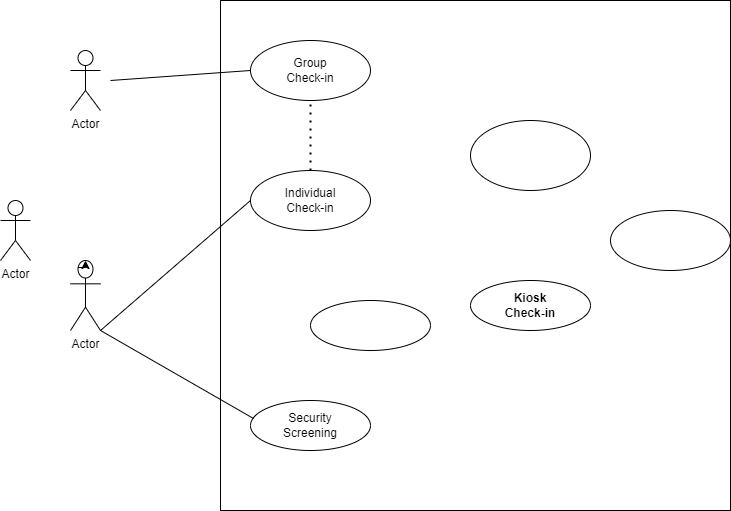
Earlier version of the draw.io export Business airport.drawio.png (stephenka00/hello-github-actions). Source tidied: cells renumbered, new cells last; positions are measured from the earlier drawing's top-left corner, leaving out a move shared by most shapes.
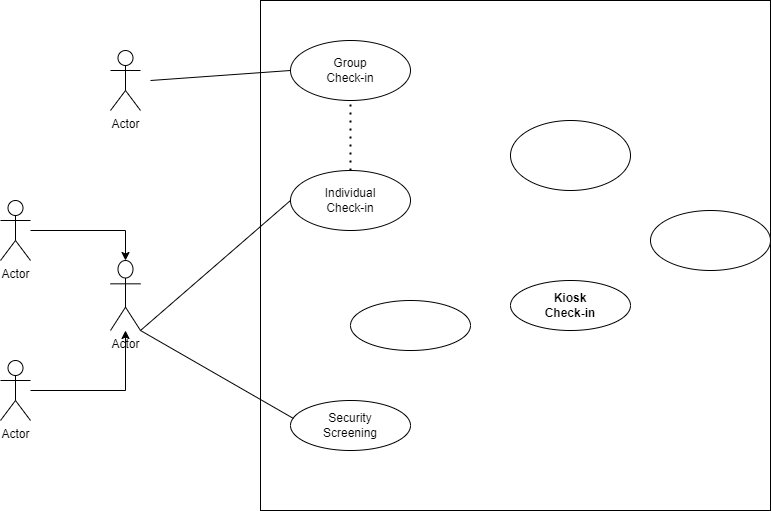
The same diagram one commit later.

Change to the diagram source:
```diff
@@ -5,12 +5,14 @@
     <mxCell id="2" style="edgeStyle=orthogonalEdgeStyle;rounded=0;orthogonalLoop=1;jettySize=auto;html=1;exitX=0.5;exitY=0.5;exitDx=0;exitDy=0;exitPerimeter=0;entryX=0.5;entryY=0.5;entryDx=0;entryDy=0;entryPerimeter=0;" parent="1" edge="1" source="3" target="3">
       <mxGeometry relative="1" as="geometry" />
     </mxCell>
+    <mxCell id="19" style="edgeStyle=orthogonalEdgeStyle;rounded=0;jettySize=auto;html=1;exitX=0.5;exitY=0;exitDx=0;exitDy=0;exitPerimeter=0;" parent="1" edge="1" source="3">
+      <mxGeometry relative="1" as="geometry">
+        <mxPoint x="85" y="260" as="targetPoint" />
+      </mxGeometry>
+    </mxCell>
     <mxCell id="3" value="Actor" style="shape=umlActor;verticalLabelPosition=bottom;verticalAlign=top;html=1;outlineConnect=0;" parent="1" vertex="1">
       <mxGeometry x="70" y="260" width="30" height="70" as="geometry" />
     </mxCell>
-    <mxCell id="4" style="edgeStyle=orthogonalEdgeStyle;rounded=0;orthogonalLoop=1;jettySize=auto;html=1;exitX=0.25;exitY=0.1;exitDx=0;exitDy=0;exitPerimeter=0;entryX=0.5;entryY=0;entryDx=0;entryDy=0;entryPerimeter=0;" parent="1" edge="1" source="3" target="3">
-      <mxGeometry relative="1" as="geometry" />
-    </mxCell>
     <mxCell id="5" value="Actor" style="shape=umlActor;verticalLabelPosition=bottom;verticalAlign=top;html=1;" parent="1" vertex="1">
       <mxGeometry x="70" y="50" width="30" height="60" as="geometry" />
     </mxCell>
@@ -46,8 +48,11 @@
         <mxPoint x="310" y="99.3" as="targetPoint" />
       </mxGeometry>
     </mxCell>
+    <mxCell id="20" style="edgeStyle=orthogonalEdgeStyle;rounded=0;jettySize=auto;html=1;entryX=0.5;entryY=0;entryDx=0;entryDy=0;entryPerimeter=0;" parent="1" edge="1" source="16" target="3">
+      <mxGeometry relative="1" as="geometry" />
+    </mxCell>
     <mxCell id="16" value="Actor" style="shape=umlActor;verticalLabelPosition=bottom;verticalAlign=top;html=1;outlineConnect=0;" parent="1" vertex="1">
-      <mxGeometry y="200" width="30" height="60" as="geometry" />
+      <mxGeometry x="-40" y="200" width="30" height="60" as="geometry" />
     </mxCell>
     <mxCell id="17" style="endArrow=none;html=1;rounded=0;entryX=0;entryY=0.5;entryDx=0;entryDy=0;" parent="1" edge="1" target="7">
       <mxGeometry relative="1" as="geometry">
@@ -59,5 +64,11 @@
         <mxPoint x="100" y="330" as="sourcePoint" />
       </mxGeometry>
     </mxCell>
+    <mxCell id="21" style="edgeStyle=orthogonalEdgeStyle;rounded=0;jettySize=auto;html=1;" parent="1" edge="1" source="22" target="3">
+      <mxGeometry relative="1" as="geometry" />
+    </mxCell>
+    <mxCell id="22" value="Actor" style="shape=umlActor;verticalLabelPosition=bottom;verticalAlign=top;html=1;outlineConnect=0;gradientColor=none;" parent="1" vertex="1">
+      <mxGeometry x="-40" y="360" width="30" height="60" as="geometry" />
+    </mxCell>
   </root>
 </mxGraphModel>
```
